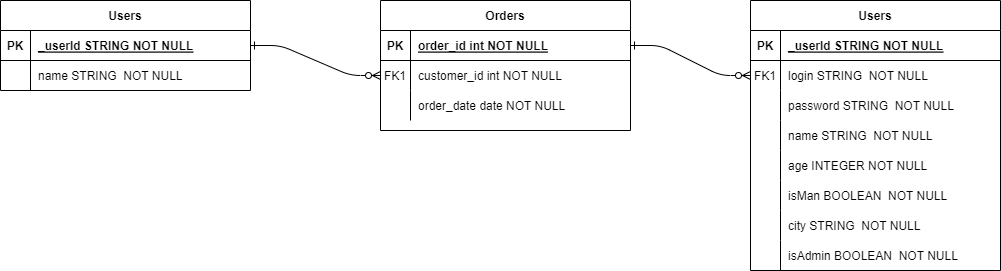
Above: ToDoList.drawio.png in apache217/ToDoList (draw.io), before the change. Source tidied: cells renumbered, new cells last; positions are measured from the earlier drawing's top-left corner, leaving out a move shared by most shapes.
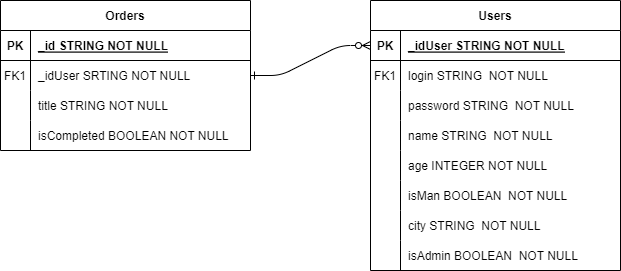
After the commit.

Change to the diagram source:
```diff
@@ -2,14 +2,11 @@
   <root>
     <mxCell id="0" />
     <mxCell id="1" parent="0" />
-    <mxCell id="2" style="edgeStyle=entityRelationEdgeStyle;endArrow=ERzeroToMany;startArrow=ERone;endFill=1;startFill=0;" parent="1" edge="1" source="40" target="8">
-      <mxGeometry relative="1" as="geometry" />
-    </mxCell>
-    <mxCell id="3" style="edgeStyle=entityRelationEdgeStyle;endArrow=ERzeroToMany;startArrow=ERone;endFill=1;startFill=0;" parent="1" edge="1" source="5" target="18">
+    <mxCell id="3" style="edgeStyle=entityRelationEdgeStyle;endArrow=ERzeroToMany;startArrow=ERone;endFill=1;startFill=0;exitX=1;exitY=0.5;exitDx=0;exitDy=0;entryX=0;entryY=0.5;entryDx=0;entryDy=0;" parent="1" edge="1" source="8" target="15">
       <mxGeometry relative="1" as="geometry" />
     </mxCell>
     <mxCell id="4" value="Orders" style="shape=table;startSize=30;rowLines=0;fontStyle=1;align=center;" parent="1" vertex="1">
-      <mxGeometry x="380" width="250" height="130" as="geometry" />
+      <mxGeometry x="380" width="250" height="150" as="geometry" />
     </mxCell>
     <mxCell id="5" style="shape=partialRectangle;fillColor=none;points=[[0,0.5],[1,0.5]];portConstraint=eastwest;top=0;left=0;right=0;bottom=1;" parent="4" vertex="1">
       <mxGeometry y="30" width="250" height="30" as="geometry" />
@@ -17,7 +14,7 @@
     <mxCell id="6" value="PK" style="shape=partialRectangle;overflow=hidden;fillColor=none;top=0;left=0;bottom=0;right=0;fontStyle=1;" parent="5" vertex="1">
       <mxGeometry width="30" height="30" as="geometry" />
     </mxCell>
-    <mxCell id="7" value="order_id int NOT NULL " style="shape=partialRectangle;overflow=hidden;fillColor=none;top=0;left=0;bottom=0;right=0;align=left;spacingLeft=6;fontStyle=5;" parent="5" vertex="1">
+    <mxCell id="7" value="_id STRING NOT NULL " style="shape=partialRectangle;overflow=hidden;fillColor=none;top=0;left=0;bottom=0;right=0;align=left;spacingLeft=6;fontStyle=5;" parent="5" vertex="1">
       <mxGeometry x="30" width="220" height="30" as="geometry" />
     </mxCell>
     <mxCell id="8" style="shape=partialRectangle;fillColor=none;points=[[0,0.5],[1,0.5]];portConstraint=eastwest;top=0;left=0;right=0;bottom=0;" parent="4" vertex="1">
@@ -26,7 +23,7 @@
     <mxCell id="9" value="FK1" style="shape=partialRectangle;overflow=hidden;fillColor=none;top=0;left=0;bottom=0;right=0;" parent="8" vertex="1">
       <mxGeometry width="30" height="30" as="geometry" />
     </mxCell>
-    <mxCell id="10" value="customer_id int NOT NULL" style="shape=partialRectangle;overflow=hidden;fillColor=none;top=0;left=0;bottom=0;right=0;align=left;spacingLeft=6;" parent="8" vertex="1">
+    <mxCell id="10" value="_idUser SRTING NOT NULL" style="shape=partialRectangle;overflow=hidden;fillColor=none;top=0;left=0;bottom=0;right=0;align=left;spacingLeft=6;" parent="8" vertex="1">
       <mxGeometry x="30" width="220" height="30" as="geometry" />
     </mxCell>
     <mxCell id="11" style="shape=partialRectangle;fillColor=none;top=0;left=0;right=0;bottom=0;" parent="4" vertex="1">
@@ -35,9 +32,18 @@
     <mxCell id="12" style="shape=partialRectangle;overflow=hidden;fillColor=none;top=0;left=0;bottom=0;right=0;" parent="11" vertex="1">
       <mxGeometry width="30" height="30" as="geometry" />
     </mxCell>
-    <mxCell id="13" value="order_date date NOT NULL" style="shape=partialRectangle;overflow=hidden;fillColor=none;top=0;left=0;bottom=0;right=0;align=left;spacingLeft=6;" parent="11" vertex="1">
+    <mxCell id="13" value="title STRING NOT NULL" style="shape=partialRectangle;overflow=hidden;fillColor=none;top=0;left=0;bottom=0;right=0;align=left;spacingLeft=6;" parent="11" vertex="1">
       <mxGeometry x="30" width="220" height="30" as="geometry" />
     </mxCell>
+    <mxCell id="46" style="shape=partialRectangle;fillColor=none;top=0;left=0;right=0;bottom=0;" parent="4" vertex="1">
+      <mxGeometry y="120" width="250" height="30" as="geometry" />
+    </mxCell>
+    <mxCell id="44" style="shape=partialRectangle;overflow=hidden;fillColor=none;top=0;left=0;bottom=0;right=0;" parent="46" vertex="1">
+      <mxGeometry width="30" height="30" as="geometry" />
+    </mxCell>
+    <mxCell id="47" value="isCompleted BOOLEAN NOT NULL" style="shape=partialRectangle;overflow=hidden;fillColor=none;top=0;left=0;bottom=0;right=0;align=left;spacingLeft=6;" parent="46" vertex="1">
+      <mxGeometry x="30" width="220" height="30" as="geometry" />
+    </mxCell>
     <mxCell id="14" value="Users" style="shape=table;startSize=30;rowLines=0;fontStyle=1;align=center;" parent="1" vertex="1">
       <mxGeometry x="750" width="250" height="270" as="geometry" />
     </mxCell>
@@ -47,7 +53,7 @@
     <mxCell id="16" value="PK" style="shape=partialRectangle;overflow=hidden;fillColor=none;top=0;left=0;bottom=0;right=0;fontStyle=1;" parent="15" vertex="1">
       <mxGeometry width="30" height="30" as="geometry" />
     </mxCell>
-    <mxCell id="17" value="_userId STRING NOT NULL" style="shape=partialRectangle;overflow=hidden;fillColor=none;top=0;left=0;bottom=0;right=0;align=left;spacingLeft=6;fontStyle=5;" parent="15" vertex="1">
+    <mxCell id="17" value="_idUser STRING NOT NULL" style="shape=partialRectangle;overflow=hidden;fillColor=none;top=0;left=0;bottom=0;right=0;align=left;spacingLeft=6;fontStyle=5;" parent="15" vertex="1">
       <mxGeometry x="30" width="220" height="30" as="geometry" />
     </mxCell>
     <mxCell id="18" style="shape=partialRectangle;fillColor=none;points=[[0,0.5],[1,0.5]];portConstraint=eastwest;top=0;left=0;right=0;bottom=0;" parent="14" vertex="1">
@@ -113,26 +119,5 @@
     <mxCell id="38" value="isAdmin BOOLEAN  NOT NULL" style="shape=partialRectangle;overflow=hidden;fillColor=none;top=0;left=0;bottom=0;right=0;align=left;spacingLeft=6;" parent="36" vertex="1">
       <mxGeometry x="30" width="220" height="30" as="geometry" />
     </mxCell>
-    <mxCell id="39" value="Users" style="shape=table;startSize=30;rowLines=0;fontStyle=1;align=center;" parent="1" vertex="1">
-      <mxGeometry width="250" height="90" as="geometry" />
-    </mxCell>
-    <mxCell id="40" style="shape=partialRectangle;fillColor=none;points=[[0,0.5],[1,0.5]];portConstraint=eastwest;top=0;left=0;right=0;bottom=1;" parent="39" vertex="1">
-      <mxGeometry y="30" width="250" height="30" as="geometry" />
-    </mxCell>
-    <mxCell id="41" value="PK" style="shape=partialRectangle;overflow=hidden;fillColor=none;top=0;left=0;bottom=0;right=0;fontStyle=1;" parent="40" vertex="1">
-      <mxGeometry width="30" height="30" as="geometry" />
-    </mxCell>
-    <mxCell id="42" value="_userId STRING NOT NULL " style="shape=partialRectangle;overflow=hidden;fillColor=none;top=0;left=0;bottom=0;right=0;align=left;spacingLeft=6;fontStyle=5;" parent="40" vertex="1">
-      <mxGeometry x="30" width="220" height="30" as="geometry" />
-    </mxCell>
-    <mxCell id="43" style="shape=partialRectangle;fillColor=none;top=0;left=0;right=0;bottom=0;" parent="39" vertex="1">
-      <mxGeometry y="60" width="250" height="30" as="geometry" />
-    </mxCell>
-    <mxCell id="44" style="shape=partialRectangle;overflow=hidden;fillColor=none;top=0;left=0;bottom=0;right=0;" parent="43" vertex="1">
-      <mxGeometry width="30" height="30" as="geometry" />
-    </mxCell>
-    <mxCell id="45" value="name STRING  NOT NULL" style="shape=partialRectangle;overflow=hidden;fillColor=none;top=0;left=0;bottom=0;right=0;align=left;spacingLeft=6;" parent="43" vertex="1">
-      <mxGeometry x="30" width="220" height="30" as="geometry" />
-    </mxCell>
   </root>
 </mxGraphModel>
```
